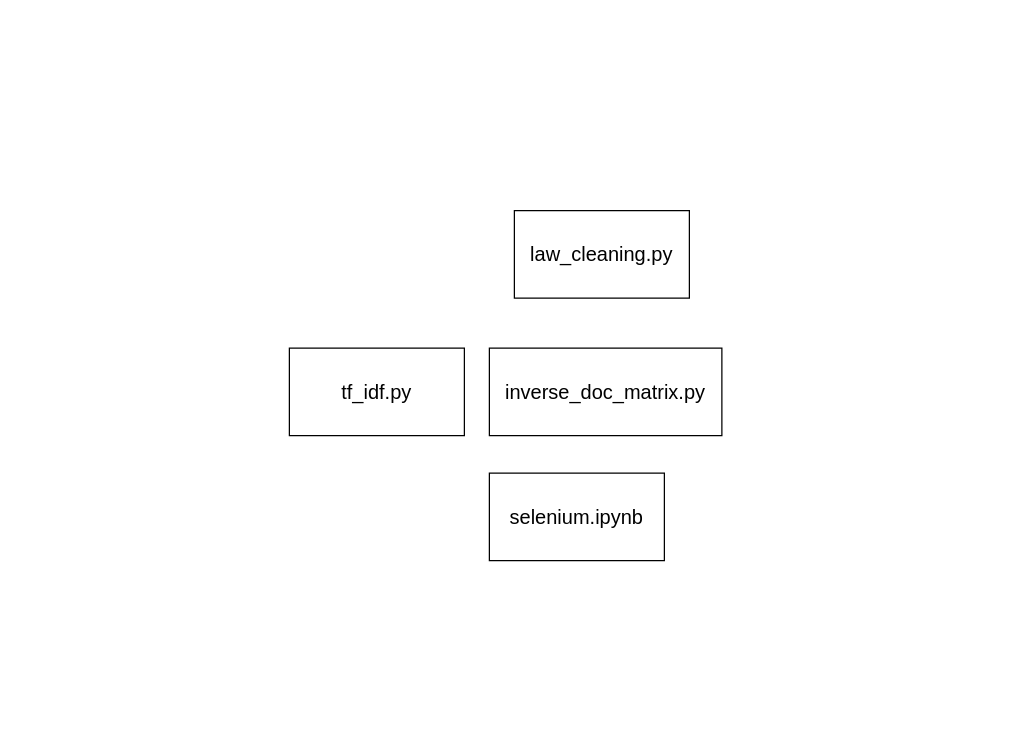
Above: Untitled Diagram.drawio in smithnatalie/smithnatalie.github.io (draw.io), before the change. Source tidied: cells renumbered, new cells numbered last; positions are measured from the earlier drawing's top-left corner, leaving out a move shared by most shapes. Both pictures are drawn from the tidied source at 125%, with x=0, y=0 at pixel (289, 210).
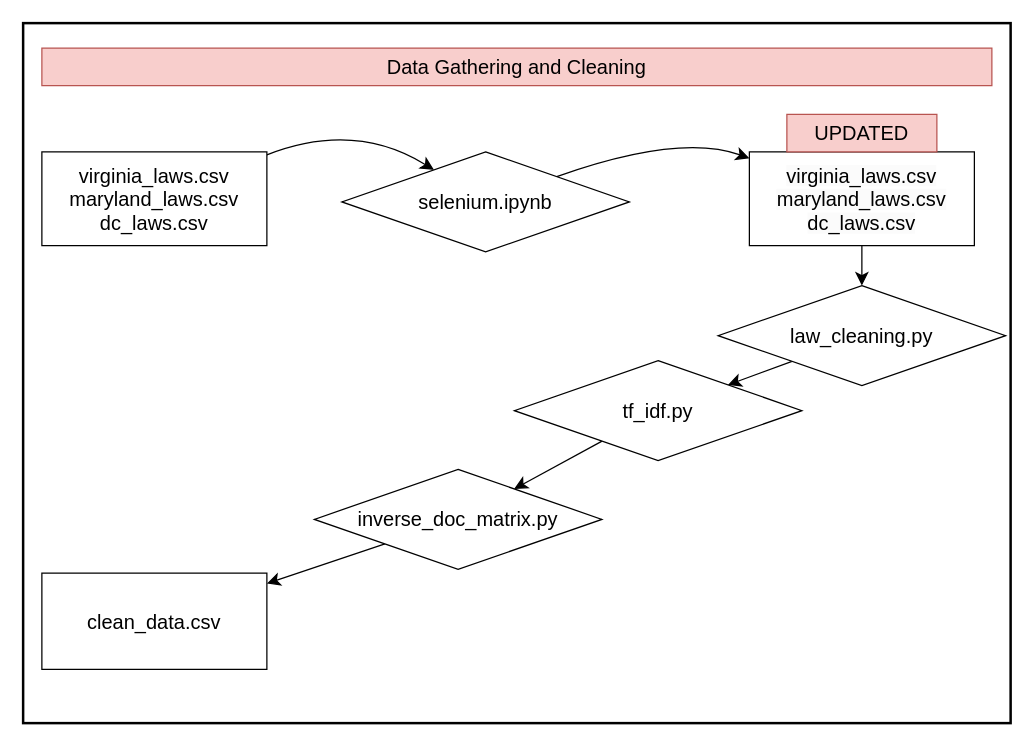
Above is the later version.

The edit, as a diff of the source:
```diff
@@
+    <mxCell id="6" style="text;strokeColor=#000000;fillColor=none;html=1;align=center;verticalAlign=middle;whiteSpace=wrap;rounded=0;fontSize=16;strokeWidth=2;" parent="1" vertex="1">
+      <mxGeometry x="-213" y="-150" width="790" height="560" as="geometry" />
+    </mxCell>
+    <mxCell id="7" style="edgeStyle=none;curved=1;rounded=0;jettySize=auto;html=1;fontSize=12;startSize=8;endSize=8;" parent="1" edge="1" source="8" target="2">
+      <mxGeometry relative="1" as="geometry">
+        <Array as="points">
+          <mxPoint x="52" y="-72" />
+        </Array>
+      </mxGeometry>
+    </mxCell>
+    <mxCell id="8" value="virginia_laws.csv&lt;br&gt;maryland_laws.csv&lt;br&gt;dc_laws.csv" style="whiteSpace=wrap;html=1;fontSize=16;" parent="1" vertex="1">
+      <mxGeometry x="-198" y="-47" width="180" height="75" as="geometry" />
+    </mxCell>
+    <mxCell id="9" style="edgeStyle=none;curved=1;rounded=0;jettySize=auto;html=1;fontSize=12;startSize=8;endSize=8;" parent="1" edge="1" source="2" target="11">
+      <mxGeometry relative="1" as="geometry">
+        <Array as="points">
+          <mxPoint x="312" y="-62" />
+        </Array>
+      </mxGeometry>
+    </mxCell>
-    <mxCell id="2" value="selenium.ipynb" style="rounded=0;whiteSpace=wrap;html=1;fontSize=16;" parent="1" vertex="1">
-      <mxGeometry x="160" y="210" width="140" height="70" as="geometry" />
+    <mxCell id="2" value="selenium.ipynb" style="rhombus;whiteSpace=wrap;html=1;fontSize=16;" parent="1" vertex="1">
+      <mxGeometry x="42" y="-47" width="230" height="80" as="geometry" />
     </mxCell>
+    <mxCell id="10" style="edgeStyle=none;curved=1;rounded=0;jettySize=auto;html=1;fontSize=12;startSize=8;endSize=8;" parent="1" edge="1" source="11" target="3">
+      <mxGeometry relative="1" as="geometry" />
+    </mxCell>
+    <mxCell id="11" value="&lt;span style=&quot;color: rgb(0, 0, 0); font-family: Helvetica; font-size: 16px; font-style: normal; font-variant-ligatures: normal; font-variant-caps: normal; font-weight: 400; letter-spacing: normal; orphans: 2; text-align: center; text-indent: 0px; text-transform: none; widows: 2; word-spacing: 0px; -webkit-text-stroke-width: 0px; background-color: rgb(251, 251, 251); text-decoration-thickness: initial; text-decoration-style: initial; text-decoration-color: initial; float: none; display: inline !important;&quot;&gt;virginia_laws.csv&lt;/span&gt;&lt;br style=&quot;border-color: var(--border-color); color: rgb(0, 0, 0); font-family: Helvetica; font-size: 16px; font-style: normal; font-variant-ligatures: normal; font-variant-caps: normal; font-weight: 400; letter-spacing: normal; orphans: 2; text-align: center; text-indent: 0px; text-transform: none; widows: 2; word-spacing: 0px; -webkit-text-stroke-width: 0px; background-color: rgb(251, 251, 251); text-decoration-thickness: initial; text-decoration-style: initial; text-decoration-color: initial;&quot;&gt;&lt;span style=&quot;color: rgb(0, 0, 0); font-family: Helvetica; font-size: 16px; font-style: normal; font-variant-ligatures: normal; font-variant-caps: normal; font-weight: 400; letter-spacing: normal; orphans: 2; text-align: center; text-indent: 0px; text-transform: none; widows: 2; word-spacing: 0px; -webkit-text-stroke-width: 0px; background-color: rgb(251, 251, 251); text-decoration-thickness: initial; text-decoration-style: initial; text-decoration-color: initial; float: none; display: inline !important;&quot;&gt;maryland_laws.csv&lt;/span&gt;&lt;br style=&quot;border-color: var(--border-color); color: rgb(0, 0, 0); font-family: Helvetica; font-size: 16px; font-style: normal; font-variant-ligatures: normal; font-variant-caps: normal; font-weight: 400; letter-spacing: normal; orphans: 2; text-align: center; text-indent: 0px; text-transform: none; widows: 2; word-spacing: 0px; -webkit-text-stroke-width: 0px; background-color: rgb(251, 251, 251); text-decoration-thickness: initial; text-decoration-style: initial; text-decoration-color: initial;&quot;&gt;&lt;span style=&quot;color: rgb(0, 0, 0); font-family: Helvetica; font-size: 16px; font-style: normal; font-variant-ligatures: normal; font-variant-caps: normal; font-weight: 400; letter-spacing: normal; orphans: 2; text-align: center; text-indent: 0px; text-transform: none; widows: 2; word-spacing: 0px; -webkit-text-stroke-width: 0px; background-color: rgb(251, 251, 251); text-decoration-thickness: initial; text-decoration-style: initial; text-decoration-color: initial; float: none; display: inline !important;&quot;&gt;dc_laws.csv&lt;/span&gt;" style="whiteSpace=wrap;html=1;fontSize=16;" parent="1" vertex="1">
+      <mxGeometry x="368" y="-47" width="180" height="75" as="geometry" />
+    </mxCell>
+    <mxCell id="12" value="UPDATED" style="text;html=1;align=center;verticalAlign=middle;whiteSpace=wrap;rounded=0;fontSize=16;fillColor=#f8cecc;strokeColor=#b85450;" parent="1" vertex="1">
+      <mxGeometry x="398" y="-77" width="120" height="30" as="geometry" />
+    </mxCell>
+    <mxCell id="13" style="edgeStyle=none;curved=1;rounded=0;jettySize=auto;html=1;fontSize=12;startSize=8;endSize=8;" parent="1" edge="1" source="3" target="4">
+      <mxGeometry relative="1" as="geometry" />
+    </mxCell>
-    <mxCell id="3" value="law_cleaning.py" style="rounded=0;whiteSpace=wrap;html=1;fontSize=16;" parent="1" vertex="1">
-      <mxGeometry x="180" width="140" height="70" as="geometry" />
+    <mxCell id="3" value="law_cleaning.py" style="rhombus;whiteSpace=wrap;html=1;fontSize=16;" parent="1" vertex="1">
+      <mxGeometry x="343" y="60" width="230" height="80" as="geometry" />
     </mxCell>
+    <mxCell id="14" style="edgeStyle=none;curved=1;rounded=0;jettySize=auto;html=1;fontSize=12;startSize=8;endSize=8;" parent="1" edge="1" source="4" target="5">
+      <mxGeometry relative="1" as="geometry" />
+    </mxCell>
-    <mxCell id="4" value="tf_idf.py" style="rounded=0;whiteSpace=wrap;html=1;fontSize=16;" parent="1" vertex="1">
-      <mxGeometry y="110" width="140" height="70" as="geometry" />
+    <mxCell id="4" value="tf_idf.py" style="rhombus;whiteSpace=wrap;html=1;fontSize=16;" parent="1" vertex="1">
+      <mxGeometry x="180" y="120" width="230" height="80" as="geometry" />
     </mxCell>
+    <mxCell id="15" style="edgeStyle=none;curved=1;rounded=0;jettySize=auto;html=1;fontSize=12;startSize=8;endSize=8;" parent="1" edge="1" source="5" target="16">
+      <mxGeometry relative="1" as="geometry" />
+    </mxCell>
-    <mxCell id="5" value="inverse_doc_matrix.py" style="rounded=0;whiteSpace=wrap;html=1;fontSize=16;" parent="1" vertex="1">
-      <mxGeometry x="160" y="110" width="186" height="70" as="geometry" />
+    <mxCell id="5" value="inverse_doc_matrix.py" style="rhombus;whiteSpace=wrap;html=1;fontSize=16;" parent="1" vertex="1">
+      <mxGeometry x="20" y="207" width="230" height="80" as="geometry" />
     </mxCell>
+    <mxCell id="16" value="clean_data.csv" style="whiteSpace=wrap;html=1;fontSize=16;" parent="1" vertex="1">
+      <mxGeometry x="-198" y="290" width="180" height="77" as="geometry" />
+    </mxCell>
+    <mxCell id="17" value="Data Gathering and Cleaning" style="text;html=1;align=center;verticalAlign=middle;whiteSpace=wrap;rounded=0;fontSize=16;fillColor=#f8cecc;strokeColor=#b85450;" parent="1" vertex="1">
+      <mxGeometry x="-198" y="-130" width="760" height="30" as="geometry" />
+    </mxCell>
```
